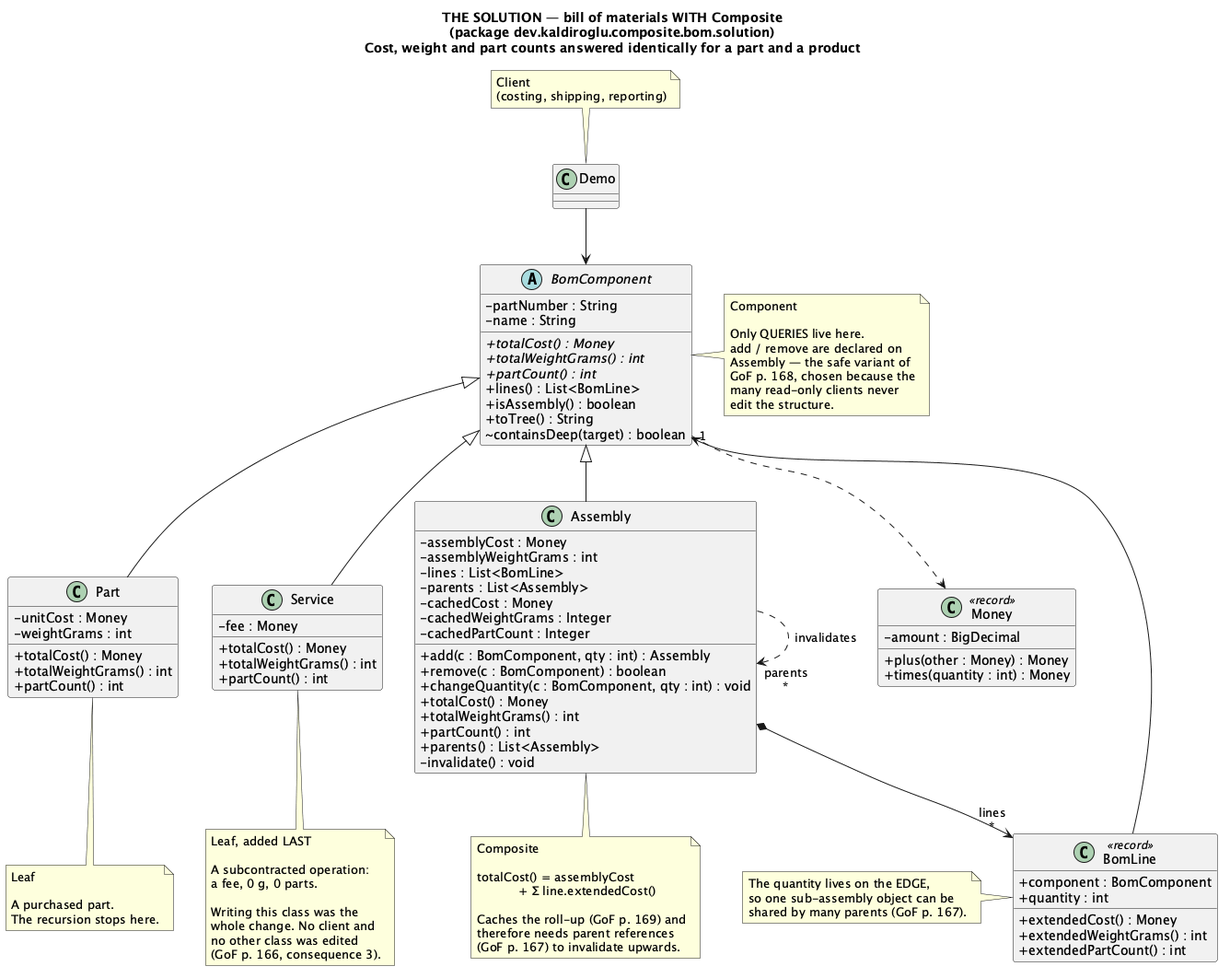
The PlantUML diagram src/main/java/dev/kaldiroglu/dp/structural/composite/bom/uml/Composite-BOM-Solution.png in kaldiroglu/DesignPatternsWithJava, before a commit. The source it was exported from:
```plantuml
@startuml Composite-BOM-Solution
skinparam classAttributeIconSize 0
title THE SOLUTION — bill of materials WITH Composite\n(package dev.kaldiroglu.composite.bom.solution)\nCost, weight and part counts answered identically for a part and a product

abstract class BomComponent {
  - partNumber : String
  - name : String
  + {abstract} totalCost() : Money
  + {abstract} totalWeightGrams() : int
  + {abstract} partCount() : int
  + lines() : List<BomLine>
  + isAssembly() : boolean
  + toTree() : String
  ~ containsDeep(target) : boolean
}
note right of BomComponent
  Component

  Only QUERIES live here.
  add / remove are declared on
  Assembly — the safe variant of
  GoF p. 168, chosen because the
  many read-only clients never
  edit the structure.
end note

class Part {
  - unitCost : Money
  - weightGrams : int
  + totalCost() : Money
  + totalWeightGrams() : int
  + partCount() : int
}
note bottom of Part
  Leaf

  A purchased part.
  The recursion stops here.
end note

class Assembly {
  - assemblyCost : Money
  - assemblyWeightGrams : int
  - lines : List<BomLine>
  - parents : List<Assembly>
  - cachedCost : Money
  - cachedWeightGrams : Integer
  - cachedPartCount : Integer
  + add(c : BomComponent, qty : int) : Assembly
  + remove(c : BomComponent) : boolean
  + changeQuantity(c : BomComponent, qty : int) : void
  + totalCost() : Money
  + totalWeightGrams() : int
  + partCount() : int
  + parents() : List<Assembly>
  - invalidate() : void
}
note bottom of Assembly
  Composite

  totalCost() = assemblyCost
             + Σ line.extendedCost()

  Caches the roll-up (GoF p. 169) and
  therefore needs parent references
  (GoF p. 167) to invalidate upwards.
end note

class Service {
  - fee : Money
  + totalCost() : Money
  + totalWeightGrams() : int
  + partCount() : int
}
note bottom of Service
  Leaf, added LAST

  A subcontracted operation:
  a fee, 0 g, 0 parts.

  Writing this class was the
  whole change. No client and
  no other class was edited
  (GoF p. 166, consequence 3).
end note

class BomLine <<record>> {
  + component : BomComponent
  + quantity : int
  + extendedCost() : Money
  + extendedWeightGrams() : int
  + extendedPartCount() : int
}
note left of BomLine
  The quantity lives on the EDGE,
  so one sub-assembly object can be
  shared by many parents (GoF p. 167).
end note

class Money <<record>> {
  - amount : BigDecimal
  + plus(other : Money) : Money
  + times(quantity : int) : Money
}

class Demo
note top of Demo : Client\n(costing, shipping, reporting)

Demo --> BomComponent
BomComponent <|-- Part
BomComponent <|-- Service
BomComponent <|-- Assembly
Assembly *--> "lines\n*" BomLine
BomLine --> "1" BomComponent
Assembly ..> "parents\n*" Assembly : invalidates
BomComponent ..> Money

@enduml
```
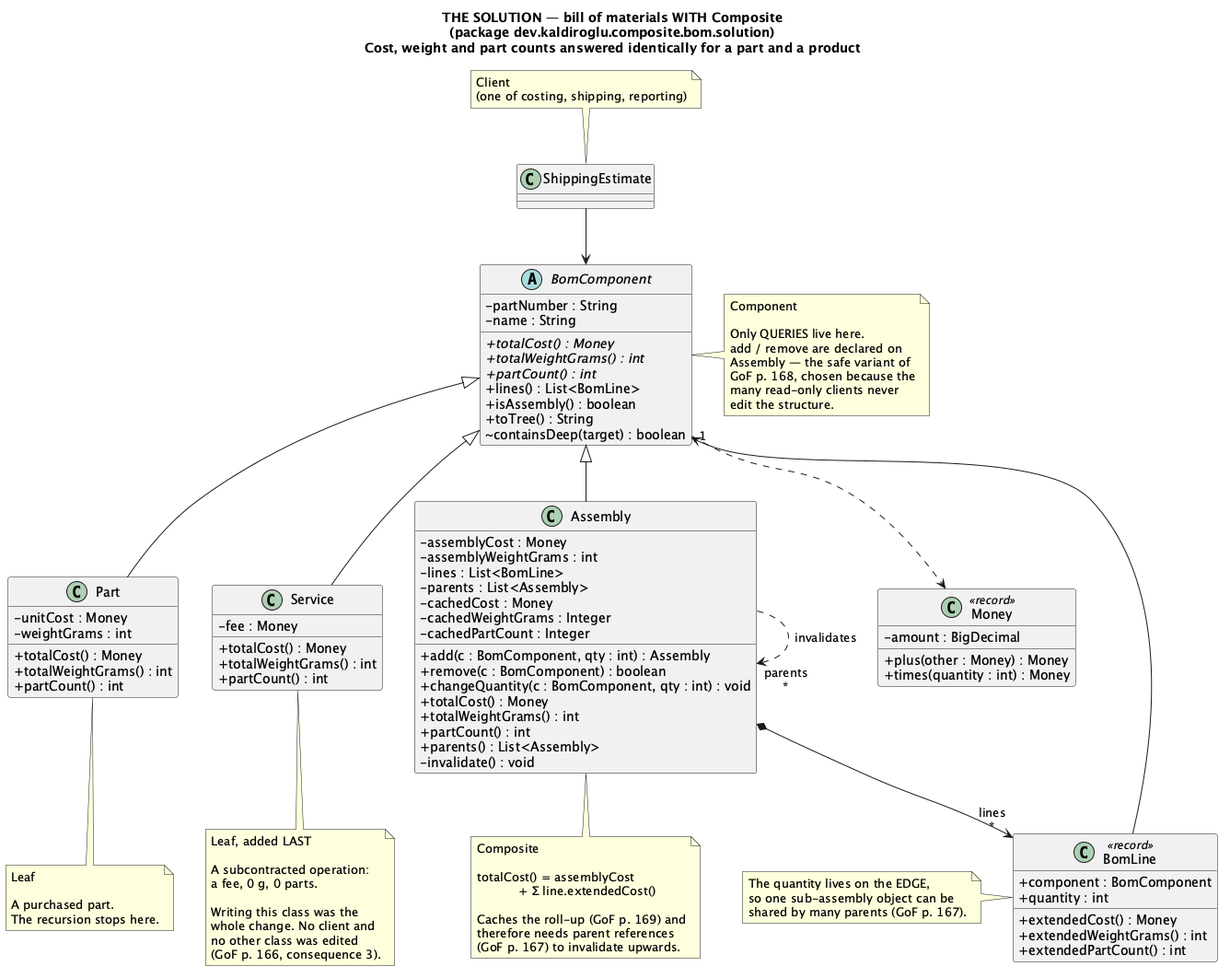
After the commit.

What changed in the source:
```diff
@@ -103,10 +103,10 @@
   + times(quantity : int) : Money
 }
 
-class Demo
-note top of Demo : Client\n(costing, shipping, reporting)
+class ShippingEstimate
+note top of ShippingEstimate : Client\n(one of costing, shipping, reporting)
 
-Demo --> BomComponent
+ShippingEstimate --> BomComponent
 BomComponent <|-- Part
 BomComponent <|-- Service
 BomComponent <|-- Assembly
```
